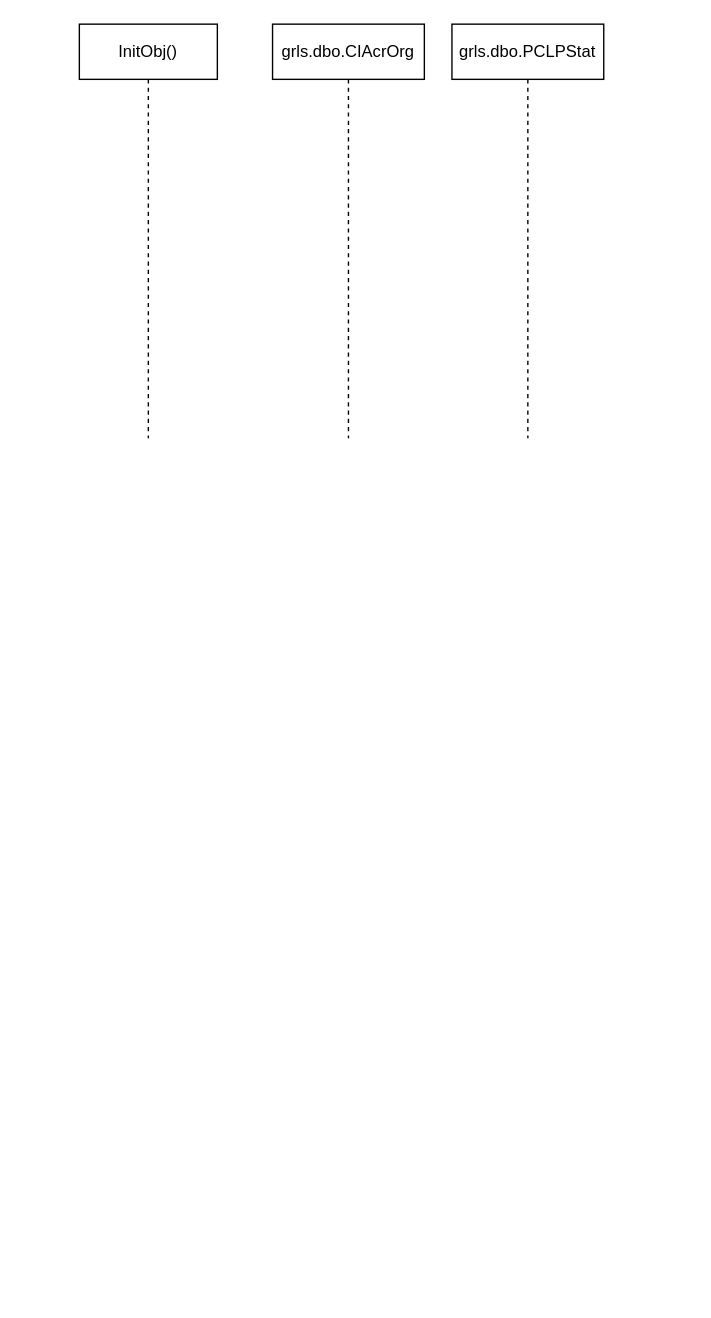
This is DossierPartExt_InitObj.drawio from davyd0ff/so-line-grls, a draw.io file, before an edit. Source tidied: cells renumbered, new cells numbered last; positions are measured from the earlier drawing's top-left corner, leaving out a move shared by most shapes. Both pictures are drawn from the tidied source at 138%, with x=0, y=0 at pixel (79, 23).
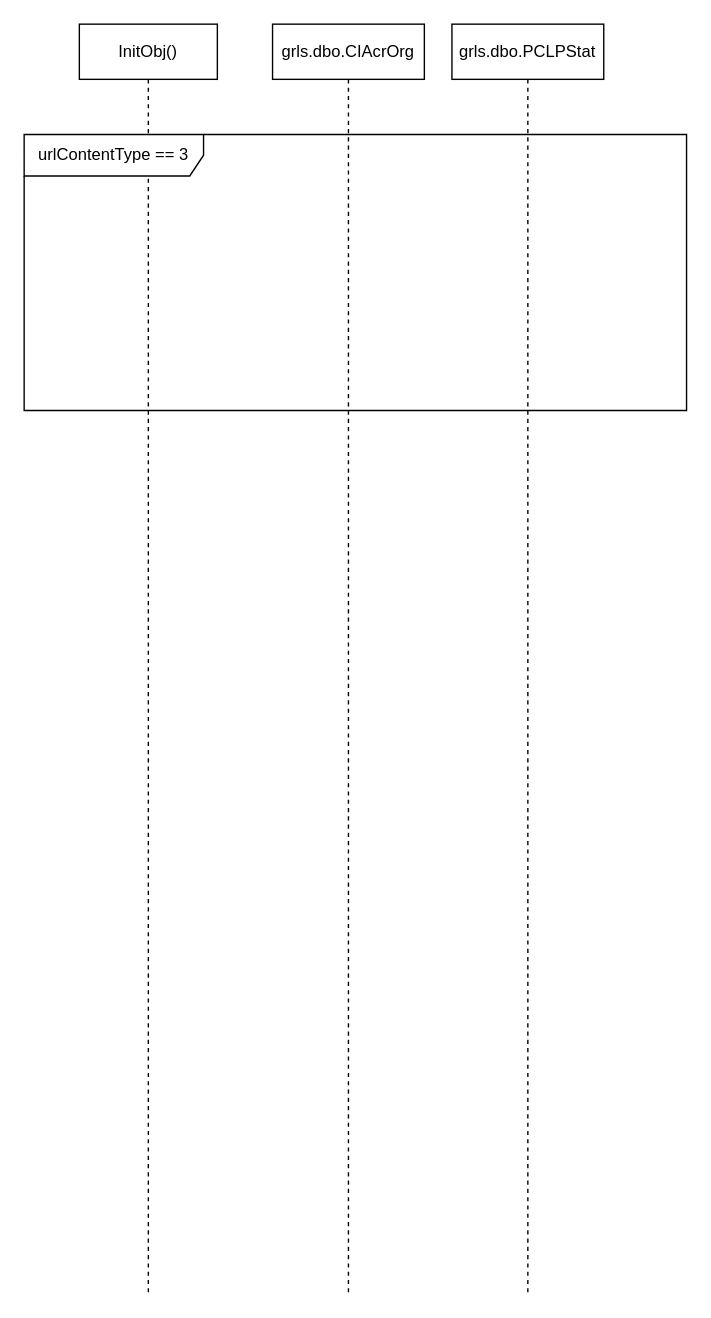
The same diagram, later.

Diff of the diagram source:
```diff
@@
 <mxGraphModel>
   <root>
     <mxCell id="0" />
     <mxCell id="1" parent="0" />
     <mxCell id="2" value="InitObj()" style="shape=umlLifeline;perimeter=lifelinePerimeter;whiteSpace=wrap;html=1;" parent="1" vertex="1">
-      <mxGeometry width="100" height="300" as="geometry" />
+      <mxGeometry width="100" height="920" as="geometry" />
     </mxCell>
     <mxCell id="3" value="grls.dbo.CIAcrOrg" style="shape=umlLifeline;perimeter=lifelinePerimeter;whiteSpace=wrap;html=1;" parent="1" vertex="1">
-      <mxGeometry x="140" width="110" height="300" as="geometry" />
+      <mxGeometry x="140" width="110" height="920" as="geometry" />
     </mxCell>
     <mxCell id="4" value="grls.dbo.PCLPStat" style="shape=umlLifeline;perimeter=lifelinePerimeter;whiteSpace=wrap;html=1;" parent="1" vertex="1">
-      <mxGeometry x="270" width="110" height="300" as="geometry" />
+      <mxGeometry x="270" width="110" height="920" as="geometry" />
     </mxCell>
+    <mxCell id="5" value="urlContentType == 3" style="shape=umlFrame;whiteSpace=wrap;html=1;width=130;height=30;" parent="1" vertex="1">
+      <mxGeometry x="-40" y="80" width="480" height="200" as="geometry" />
+    </mxCell>
   </root>
 </mxGraphModel>
```
